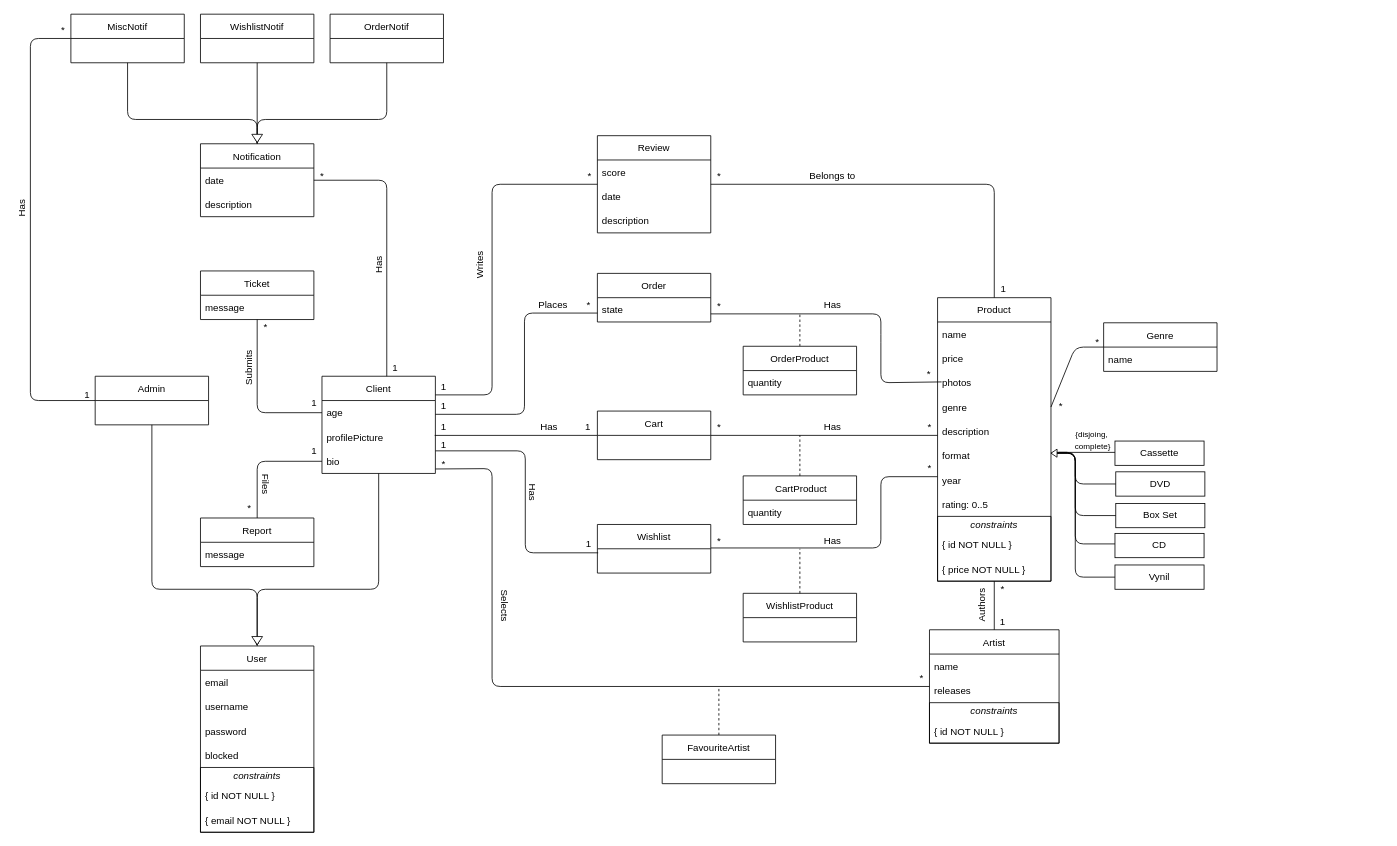
Before: docs/lbaw-uml.drawio in toni-santos/lbaw-earworm, a draw.io diagram. Source tidied: cells renumbered, new cells numbered last; positions are measured from the earlier drawing's top-left corner, leaving out a move shared by most shapes. Both pictures are drawn from the tidied source at 81%, with x=0, y=0 at pixel (6, 14).
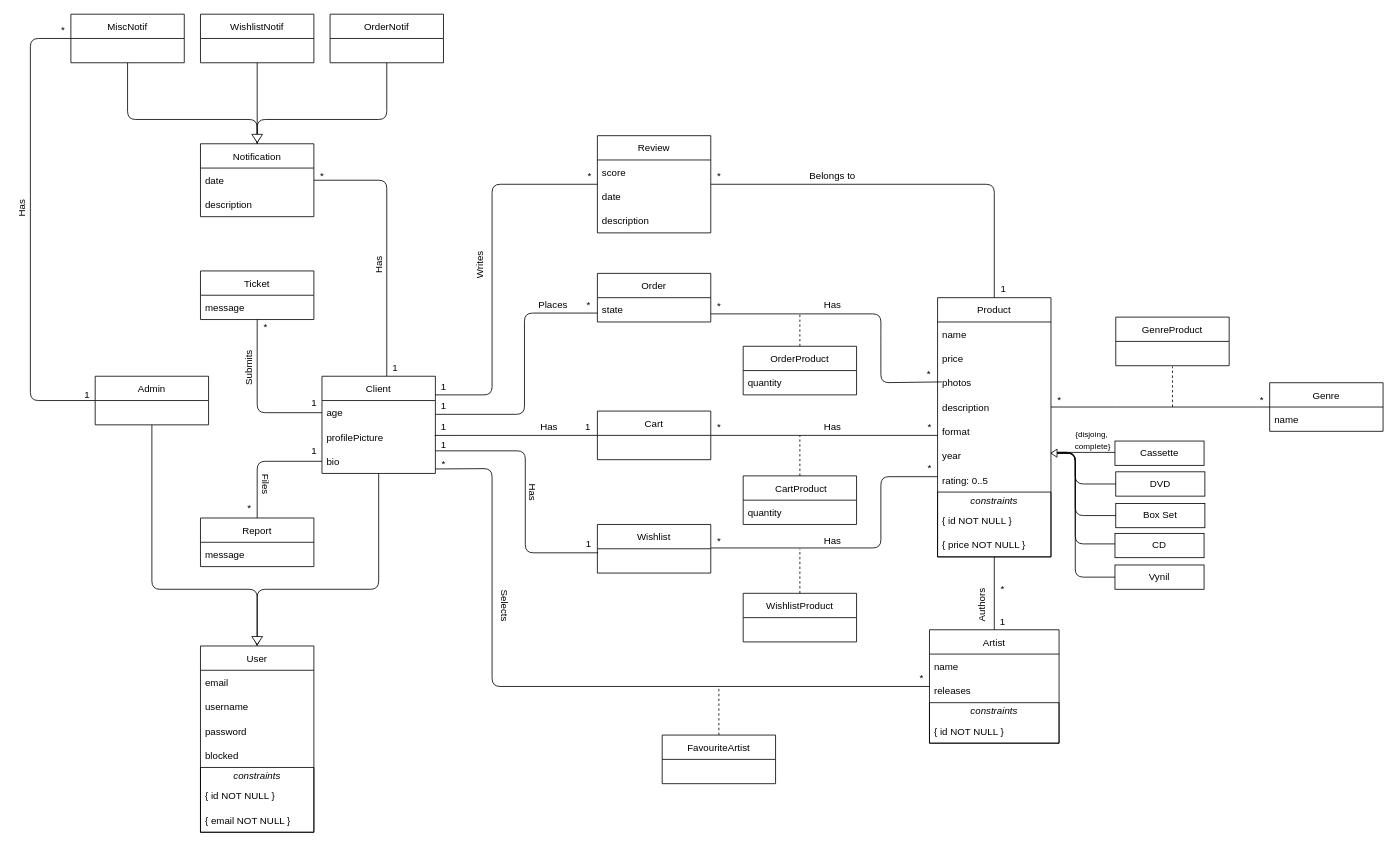
The same diagram, later.

Commit message (it also covers changes not shown here):
Fixed genre implementation

What changed in the source:
```diff
@@
     <mxCell id="32" value="Product" style="swimlane;fontStyle=0;horizontal=1;startSize=30;" parent="1" vertex="1">
-      <mxGeometry x="1150" y="350" width="140" height="350" as="geometry" />
+      <mxGeometry x="1150" y="350" width="140" height="320" as="geometry" />
     </mxCell>
@@
-    <mxCell id="36" value="genre" style="text;strokeColor=none;fillColor=none;align=left;verticalAlign=middle;spacingLeft=4;spacingRight=4;overflow=hidden;points=[[0,0.5],[1,0.5]];portConstraint=eastwest;" parent="32" vertex="1">
-      <mxGeometry y="120" width="140" height="30" as="geometry" />
-    </mxCell>
     <mxCell id="37" value="description" style="text;strokeColor=none;fillColor=none;align=left;verticalAlign=middle;spacingLeft=4;spacingRight=4;overflow=hidden;" parent="32" vertex="1">
-      <mxGeometry y="150" width="140" height="30" as="geometry" />
+      <mxGeometry y="120" width="140" height="30" as="geometry" />
     </mxCell>
     <mxCell id="38" value="format" style="text;strokeColor=none;fillColor=none;align=left;verticalAlign=middle;spacingLeft=4;spacingRight=4;overflow=hidden;" parent="32" vertex="1">
-      <mxGeometry y="180" width="140" height="30" as="geometry" />
+      <mxGeometry y="150" width="140" height="30" as="geometry" />
     </mxCell>
     <mxCell id="39" value="year" style="text;strokeColor=none;fillColor=none;align=left;verticalAlign=middle;spacingLeft=4;spacingRight=4;overflow=hidden;" parent="32" vertex="1">
-      <mxGeometry y="210" width="140" height="30" as="geometry" />
+      <mxGeometry y="180" width="140" height="30" as="geometry" />
     </mxCell>
     <mxCell id="40" value="rating: 0..5" style="text;strokeColor=none;fillColor=none;align=left;verticalAlign=middle;spacingLeft=4;spacingRight=4;overflow=hidden;" parent="32" vertex="1">
-      <mxGeometry y="240" width="140" height="30" as="geometry" />
+      <mxGeometry y="210" width="140" height="30" as="geometry" />
     </mxCell>
     <mxCell id="41" style="swimlane;fontStyle=0;horizontal=1;startSize=0;" parent="32" vertex="1">
-      <mxGeometry y="270" width="140" height="80" as="geometry" />
+      <mxGeometry y="240" width="140" height="80" as="geometry" />
     </mxCell>
@@
     <mxCell id="139" value="Genre" style="swimlane;fontStyle=0;horizontal=1;startSize=30;" parent="1" vertex="1">
-      <mxGeometry x="1355" y="381" width="140" height="60" as="geometry" />
+      <mxGeometry x="1560" y="455" width="140" height="60" as="geometry" />
     </mxCell>
@@
-    <mxCell id="141" style="endArrow=none;html=1;exitX=1;exitY=0.5;exitDx=0;exitDy=0;" parent="1" edge="1" source="36" target="139">
+    <mxCell id="141" style="endArrow=none;html=1;exitX=1;exitY=0.5;exitDx=0;exitDy=0;" parent="1" edge="1" target="139">
       <mxGeometry relative="1" as="geometry">
+        <mxPoint x="1290" y="485" as="sourcePoint" />
         <Array as="points">
-          <mxPoint x="1320" y="411" />
+          <mxPoint x="1380" y="485" />
         </Array>
       </mxGeometry>
     </mxCell>
     <mxCell id="142" value="*" style="text;html=1;align=center;verticalAlign=middle;strokeColor=none;fillColor=none;" parent="1" vertex="1">
-      <mxGeometry x="1292" y="474" width="20" height="20" as="geometry" />
+      <mxGeometry x="1290" y="467" width="20" height="20" as="geometry" />
     </mxCell>
     <mxCell id="143" value="*" style="text;html=1;align=center;verticalAlign=middle;strokeColor=none;fillColor=none;" parent="1" vertex="1">
-      <mxGeometry x="1337" y="395" width="20" height="20" as="geometry" />
+      <mxGeometry x="1540" y="467" width="20" height="20" as="geometry" />
     </mxCell>
+    <mxCell id="144" style="edgeStyle=none;html=1;endArrow=none;endFill=0;strokeColor=default;dashed=1;" parent="1" edge="1">
+      <mxGeometry relative="1" as="geometry">
+        <mxPoint x="1440" y="485" as="sourcePoint" />
+        <mxPoint x="1440" y="435" as="targetPoint" />
+      </mxGeometry>
+    </mxCell>
+    <mxCell id="145" value="GenreProduct" style="swimlane;fontStyle=0;horizontal=1;startSize=30;" parent="1" vertex="1">
+      <mxGeometry x="1370" y="374" width="140" height="60" as="geometry" />
+    </mxCell>
```
